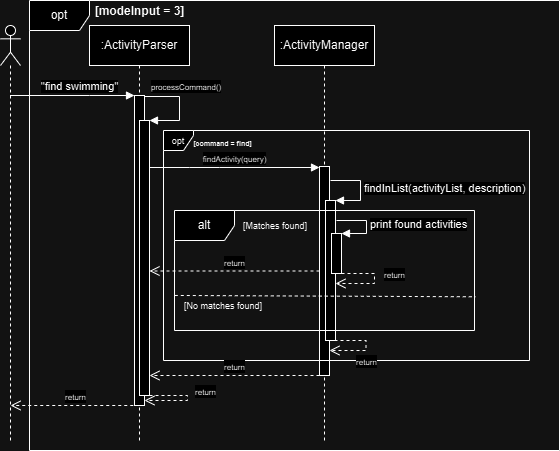
parasytezz/tp keeps this draw.io diagram as docs/Images(DG)/FindActivity.drawio.png. Above is the earlier version. Source tidied: cells renumbered, new cells last; positions are measured from the earlier drawing's top-left corner, leaving out a move shared by most shapes.
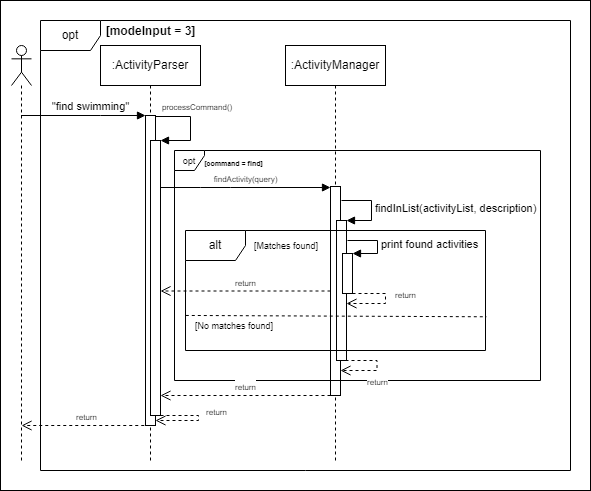
Later version of the same file.

Diff of the diagram source:
```diff
@@ -2,6 +2,9 @@
   <root>
     <mxCell id="0" />
     <mxCell id="1" parent="0" />
+    <mxCell id="29" style="rounded=0;whiteSpace=wrap;html=1;" parent="1" vertex="1">
+      <mxGeometry x="-11" y="-20" width="590" height="490" as="geometry" />
+    </mxCell>
     <mxCell id="2" value=":ActivityParser" style="shape=umlLifeline;perimeter=lifelinePerimeter;whiteSpace=wrap;html=1;newEdgeStyle={&quot;curved&quot;:0,&quot;rounded&quot;:0};" parent="1" vertex="1">
       <mxGeometry x="89" y="25" width="100" height="415" as="geometry" />
     </mxCell>
```
